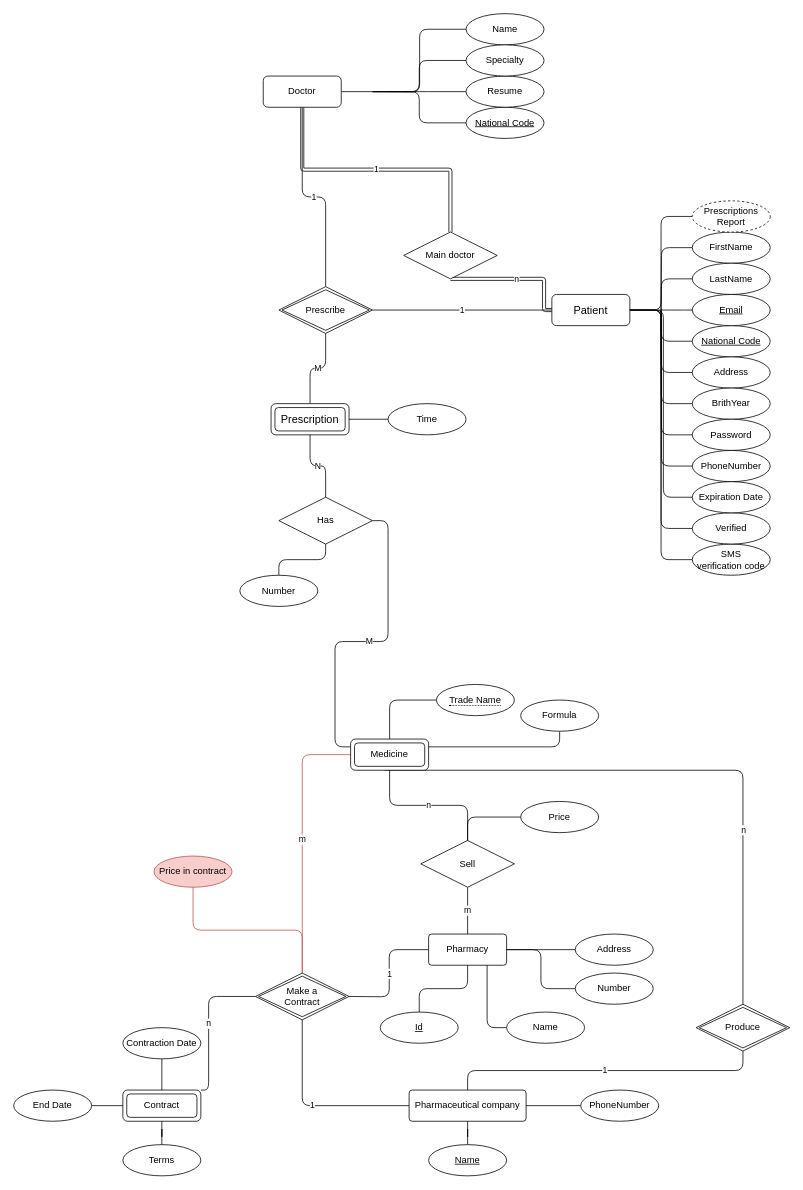
yasharzb/Health-Management keeps this draw.io diagram as Untitled Diagram.drawio. Above is the earlier version. Source tidied: cells renumbered, new cells numbered last; positions are measured from the earlier drawing's top-left corner, leaving out a move shared by most shapes. Both pictures are drawn from the tidied source at 78%, with x=0, y=0 at pixel (13, 13).
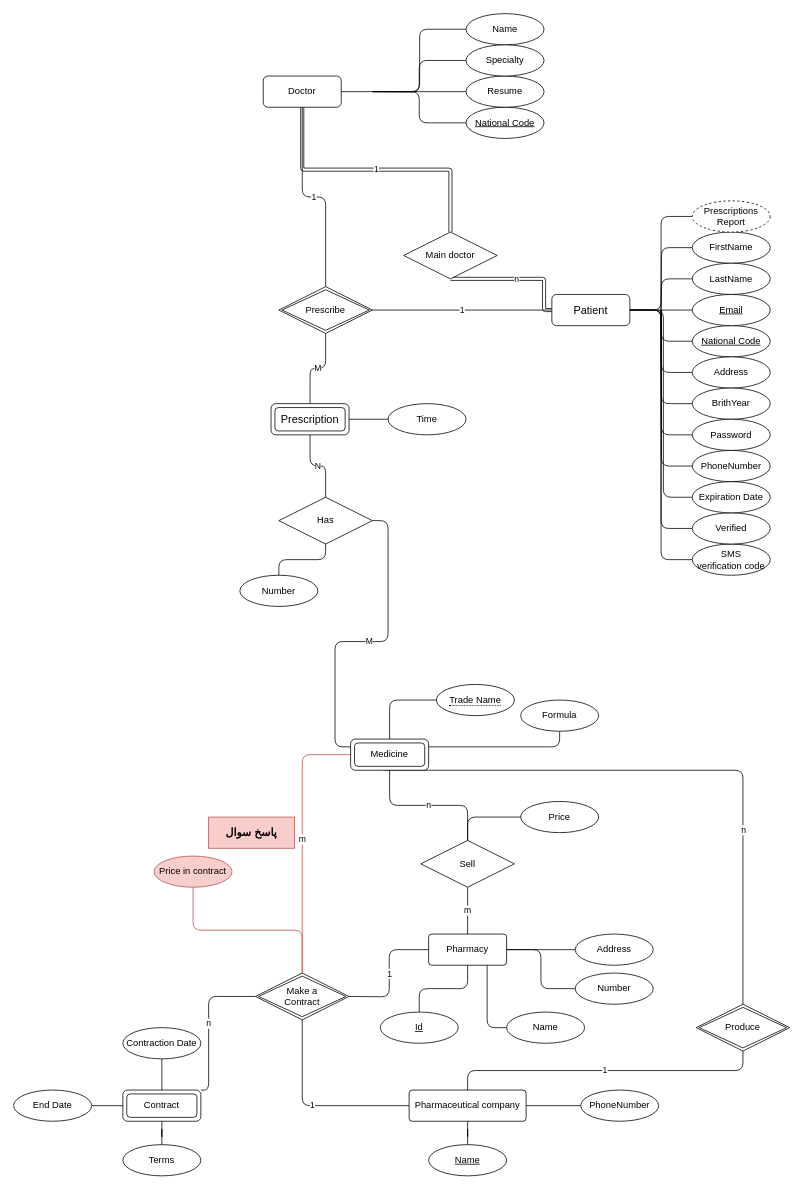
Above is the later version.

The edit, as a diff of the source:
```diff
@@
+    <mxCell id="96" value="&lt;font size=&quot;1&quot;&gt;&lt;b&gt;&lt;font style=&quot;font-size: 14px&quot; face=&quot;B Zar&quot;&gt;پاسخ سوال&lt;/font&gt;&lt;/b&gt;&lt;/font&gt;" style="text;html=1;strokeColor=#b85450;fillColor=#f8cecc;align=center;verticalAlign=middle;whiteSpace=wrap;rounded=0;" parent="1" vertex="1">
+      <mxGeometry x="250" y="1030" width="110" height="40" as="geometry" />
+    </mxCell>
```
